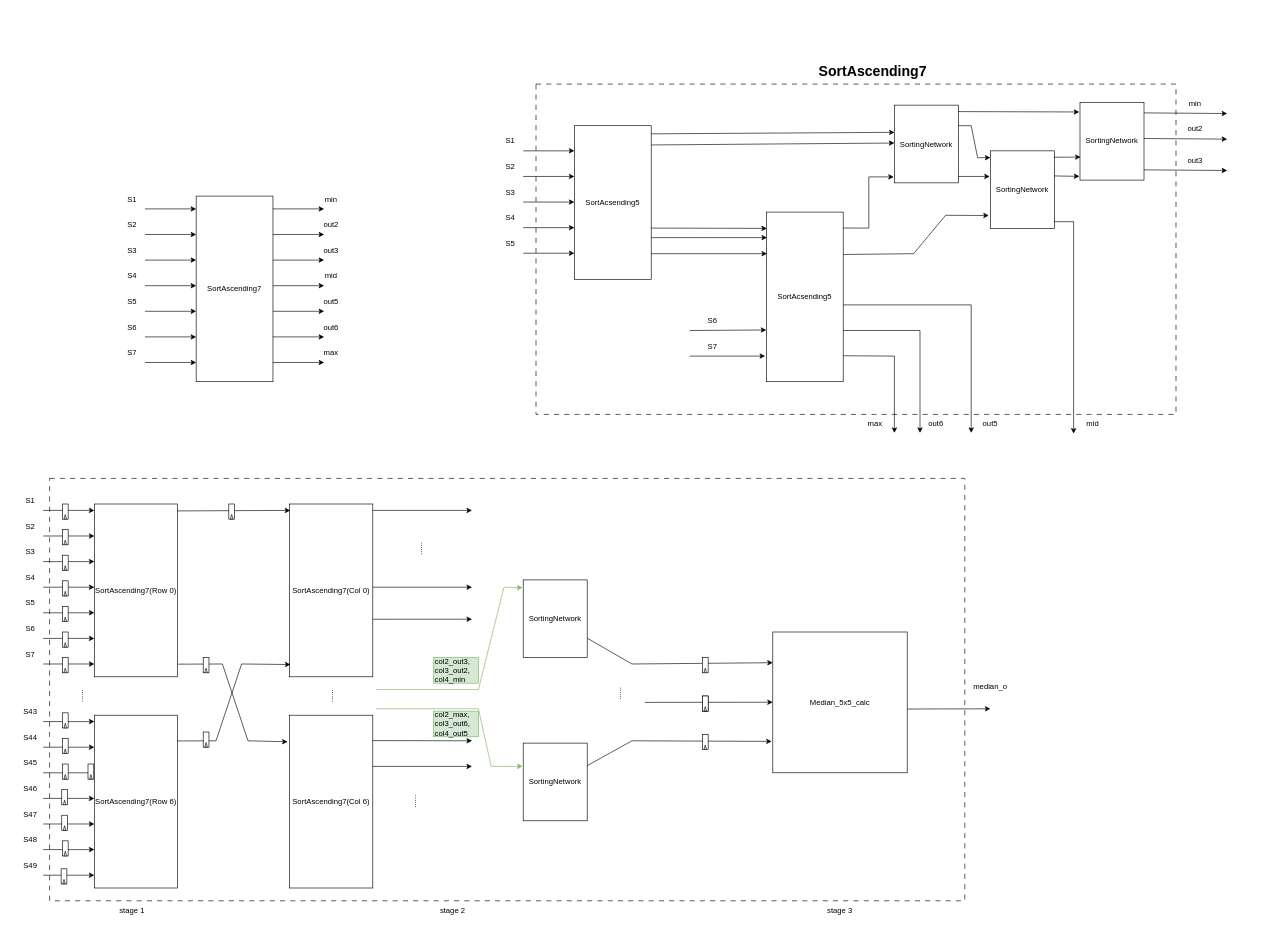
Before: Draw/MedianFilterModules/Median7x7Calc.drawio in Hieuueihm/Thesis, a draw.io diagram. Source tidied: cells renumbered, new cells numbered last; positions are measured from the earlier drawing's top-left corner, leaving out a move shared by most shapes. Both pictures are drawn from the tidied source at 64%, with x=0, y=0 at pixel (11, 58).
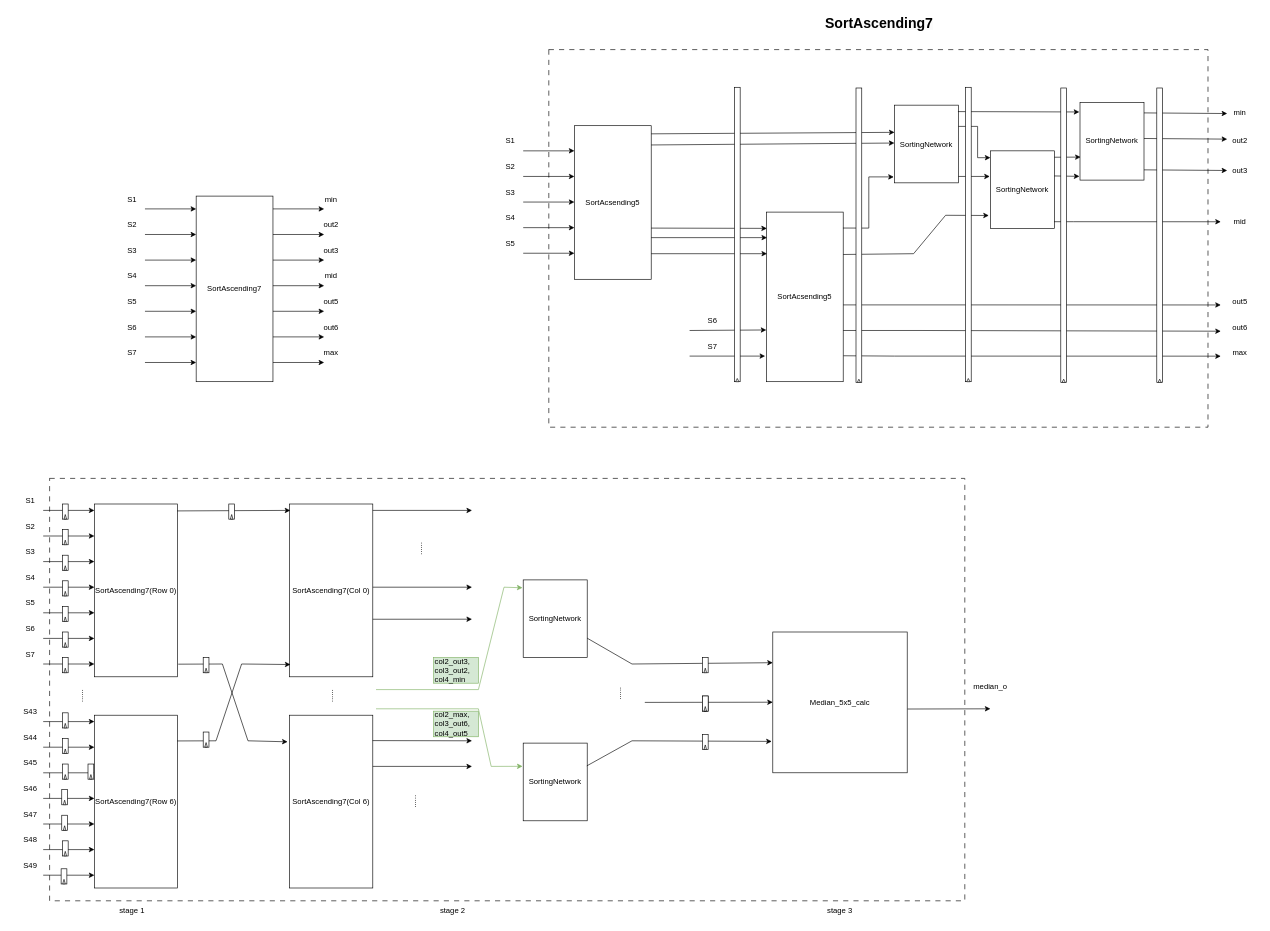
Above is the later version.

Unchanged cells that the change refers to:
```xml
<mxCell id="132" value="SortAcsending5" style="rounded=0;whiteSpace=wrap;html=1;" parent="1" vertex="1">
  <mxGeometry x="1180" y="239.9" width="120" height="265" as="geometry" />
</mxCell>
<mxCell id="148" value="SortingNetwork" style="rounded=0;whiteSpace=wrap;html=1;" parent="1" vertex="1">
  <mxGeometry x="1530" y="144.2" width="100" height="121.4" as="geometry" />
</mxCell>
```

Change to the diagram source:
```diff
@@
+    <mxCell id="197" style="rounded=0;whiteSpace=wrap;html=1;dashed=1;dashPattern=8 8;" parent="1" vertex="1">
+      <mxGeometry x="840" y="-14" width="1030" height="590" as="geometry" />
+    </mxCell>
@@
-    <mxCell id="3" style="rounded=0;whiteSpace=wrap;html=1;dashed=1;dashPattern=8 8;" parent="1" vertex="1">
-      <mxGeometry x="820" y="39.9" width="1000" height="516.1" as="geometry" />
-    </mxCell>
@@
     <mxCell id="144" style="endArrow=classic;html=1;rounded=0;exitX=1.003;exitY=0.847;exitDx=0;exitDy=0;exitPerimeter=0;" parent="1" edge="1" source="132">
       <mxGeometry relative="1" as="geometry">
-        <mxPoint x="1380" y="584.9" as="targetPoint" />
+        <mxPoint x="1890" y="465" as="targetPoint" />
         <Array as="points">
           <mxPoint x="1380" y="464.9" />
         </Array>
       </mxGeometry>
     </mxCell>
     <mxCell id="145" style="endArrow=classic;html=1;rounded=0;exitX=1.003;exitY=0.847;exitDx=0;exitDy=0;exitPerimeter=0;" parent="1" edge="1">
       <mxGeometry relative="1" as="geometry">
         <mxPoint x="1300" y="424.9" as="sourcePoint" />
-        <mxPoint x="1420" y="584.9" as="targetPoint" />
+        <mxPoint x="1890" y="426" as="targetPoint" />
         <Array as="points">
           <mxPoint x="1420" y="424.9" />
         </Array>
       </mxGeometry>
     </mxCell>
     <mxCell id="146" value="max" style="text;html=1;align=center;verticalAlign=middle;whiteSpace=wrap;rounded=0;" parent="1" vertex="1">
-      <mxGeometry x="1320" y="556" width="60" height="30" as="geometry" />
+      <mxGeometry x="1890" y="444.9" width="60" height="30" as="geometry" />
     </mxCell>
     <mxCell id="147" value="out6" style="text;html=1;align=center;verticalAlign=middle;whiteSpace=wrap;rounded=0;" parent="1" vertex="1">
-      <mxGeometry x="1415" y="556" width="60" height="30" as="geometry" />
+      <mxGeometry x="1890" y="404.9" width="60" height="30" as="geometry" />
     </mxCell>
@@
-    <mxCell id="149" style="endArrow=classic;html=1;rounded=0;exitX=1.003;exitY=0.678;exitDx=0;exitDy=0;exitPerimeter=0;entryX=0;entryY=0.088;entryDx=0;entryDy=0;entryPerimeter=0;" parent="1" edge="1" target="148">
+    <mxCell id="149" style="endArrow=classic;html=1;rounded=0;entryX=0;entryY=0.088;entryDx=0;entryDy=0;entryPerimeter=0;" parent="1" edge="1" target="148">
       <mxGeometry relative="1" as="geometry">
-        <mxPoint x="1480" y="104.9" as="sourcePoint" />
+        <mxPoint x="1480" y="106" as="sourcePoint" />
         <Array as="points">
-          <mxPoint x="1500" y="104.9" />
+          <mxPoint x="1510" y="106" />
           <mxPoint x="1510" y="154.9" />
         </Array>
       </mxGeometry>
     </mxCell>
@@
     <mxCell id="154" style="endArrow=classic;html=1;rounded=0;exitX=1.003;exitY=0.847;exitDx=0;exitDy=0;exitPerimeter=0;" parent="1" edge="1">
       <mxGeometry relative="1" as="geometry">
         <mxPoint x="1300" y="384.9" as="sourcePoint" />
-        <mxPoint x="1500" y="584.9" as="targetPoint" />
+        <mxPoint x="1890" y="385" as="targetPoint" />
         <Array as="points">
           <mxPoint x="1500" y="384.9" />
         </Array>
       </mxGeometry>
     </mxCell>
@@
     <mxCell id="156" style="endArrow=classic;html=1;rounded=0;exitX=0.995;exitY=0.912;exitDx=0;exitDy=0;exitPerimeter=0;" parent="1" edge="1" source="148">
       <mxGeometry relative="1" as="geometry">
-        <mxPoint x="1660" y="586" as="targetPoint" />
+        <mxPoint x="1890" y="255" as="targetPoint" />
         <Array as="points">
           <mxPoint x="1660" y="254.9" />
         </Array>
       </mxGeometry>
     </mxCell>
     <mxCell id="157" value="out5" style="text;html=1;align=center;verticalAlign=middle;whiteSpace=wrap;rounded=0;" parent="1" vertex="1">
-      <mxGeometry x="1500" y="556" width="60" height="30" as="geometry" />
+      <mxGeometry x="1890" y="364.9" width="60" height="30" as="geometry" />
     </mxCell>
     <mxCell id="158" value="mid" style="text;html=1;align=center;verticalAlign=middle;whiteSpace=wrap;rounded=0;" parent="1" vertex="1">
-      <mxGeometry x="1660" y="556" width="60" height="30" as="geometry" />
+      <mxGeometry x="1890" y="239.9" width="60" height="30" as="geometry" />
     </mxCell>
@@
     <mxCell id="163" value="min" style="text;html=1;align=center;verticalAlign=middle;whiteSpace=wrap;rounded=0;" parent="1" vertex="1">
-      <mxGeometry x="1820" y="54.9" width="60" height="30" as="geometry" />
+      <mxGeometry x="1890" y="68.5" width="60" height="30" as="geometry" />
     </mxCell>
     <mxCell id="164" value="out2" style="text;html=1;align=center;verticalAlign=middle;whiteSpace=wrap;rounded=0;" parent="1" vertex="1">
-      <mxGeometry x="1820" y="94.9" width="60" height="30" as="geometry" />
+      <mxGeometry x="1890" y="114.2" width="60" height="30" as="geometry" />
     </mxCell>
     <mxCell id="165" value="out3" style="text;html=1;align=center;verticalAlign=middle;whiteSpace=wrap;rounded=0;" parent="1" vertex="1">
-      <mxGeometry x="1820" y="144.2" width="60" height="30" as="geometry" />
+      <mxGeometry x="1890" y="159.9" width="60" height="30" as="geometry" />
     </mxCell>
@@
     <mxCell id="193" value="&lt;span style=&quot;color: rgb(0, 0, 0); font-family: Helvetica; font-style: normal; font-variant-ligatures: normal; font-variant-caps: normal; letter-spacing: normal; orphans: 2; text-align: center; text-indent: 0px; text-transform: none; widows: 2; word-spacing: 0px; -webkit-text-stroke-width: 0px; white-space: normal; background-color: rgb(251, 251, 251); text-decoration-thickness: initial; text-decoration-style: initial; text-decoration-color: initial; float: none; display: inline !important;&quot;&gt;&lt;b style=&quot;&quot;&gt;&lt;font style=&quot;font-size: 22px;&quot;&gt;SortAscending7&lt;/font&gt;&lt;/b&gt;&lt;/span&gt;" style="text;whiteSpace=wrap;html=1;" parent="1" vertex="1">
-      <mxGeometry x="1260" y="-0.1" width="120" height="40" as="geometry" />
+      <mxGeometry x="1270" y="-74" width="120" height="40" as="geometry" />
     </mxCell>
@@
+    <mxCell id="198" style="group;" parent="1" vertex="1">
+      <mxGeometry x="1491" y="44.9" width="9" height="460" as="geometry" />
+    </mxCell>
+    <mxCell id="199" style="rounded=0;whiteSpace=wrap;html=1;" parent="198" vertex="1">
+      <mxGeometry width="9" height="460" as="geometry" />
+    </mxCell>
+    <mxCell id="200" style="triangle;whiteSpace=wrap;html=1;rotation=270;" parent="198" vertex="1">
+      <mxGeometry x="2" y="455" width="5" height="5" as="geometry" />
+    </mxCell>
+    <mxCell id="201" style="group;" parent="1" vertex="1">
+      <mxGeometry x="1790" y="46" width="9" height="460" as="geometry" />
+    </mxCell>
+    <mxCell id="202" style="rounded=0;whiteSpace=wrap;html=1;" parent="201" vertex="1">
+      <mxGeometry width="9" height="460" as="geometry" />
+    </mxCell>
+    <mxCell id="203" style="triangle;whiteSpace=wrap;html=1;rotation=270;" parent="201" vertex="1">
+      <mxGeometry x="2" y="455" width="5" height="5" as="geometry" />
+    </mxCell>
+    <mxCell id="204" style="group;" parent="1" vertex="1">
+      <mxGeometry x="1640" y="46" width="9" height="460" as="geometry" />
+    </mxCell>
+    <mxCell id="205" style="rounded=0;whiteSpace=wrap;html=1;" parent="204" vertex="1">
+      <mxGeometry width="9" height="460" as="geometry" />
+    </mxCell>
+    <mxCell id="206" style="triangle;whiteSpace=wrap;html=1;rotation=270;" parent="204" vertex="1">
+      <mxGeometry x="2" y="455" width="5" height="5" as="geometry" />
+    </mxCell>
+    <mxCell id="207" style="group;" parent="1" vertex="1">
+      <mxGeometry x="1320" y="46" width="9" height="460" as="geometry" />
+    </mxCell>
+    <mxCell id="208" style="rounded=0;whiteSpace=wrap;html=1;" parent="207" vertex="1">
+      <mxGeometry width="9" height="460" as="geometry" />
+    </mxCell>
+    <mxCell id="209" style="triangle;whiteSpace=wrap;html=1;rotation=270;" parent="207" vertex="1">
+      <mxGeometry x="2" y="455" width="5" height="5" as="geometry" />
+    </mxCell>
+    <mxCell id="210" style="group;" parent="1" vertex="1">
+      <mxGeometry x="1130" y="44.9" width="9" height="460" as="geometry" />
+    </mxCell>
+    <mxCell id="211" style="rounded=0;whiteSpace=wrap;html=1;" parent="210" vertex="1">
+      <mxGeometry width="9" height="460" as="geometry" />
+    </mxCell>
+    <mxCell id="212" style="triangle;whiteSpace=wrap;html=1;rotation=270;" parent="210" vertex="1">
+      <mxGeometry x="2" y="455" width="5" height="5" as="geometry" />
+    </mxCell>
```
